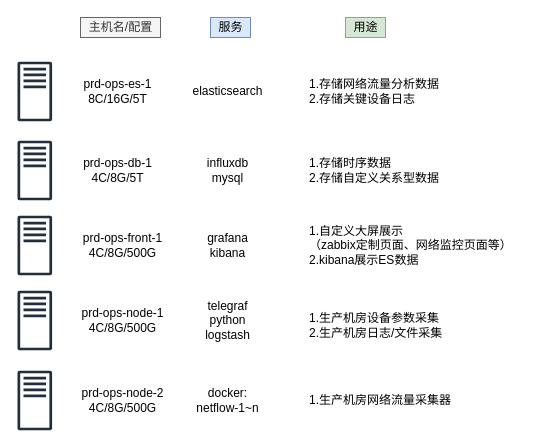
The draw.io diagram NOC.drawio in dreamage/l_public, before the edit. Source tidied: cells renumbered, new cells numbered last; positions are measured from the earlier drawing's top-left corner, leaving out a move shared by most shapes. Both pictures are drawn from the tidied source at 100%, with x=0, y=0 at pixel (17, 17).
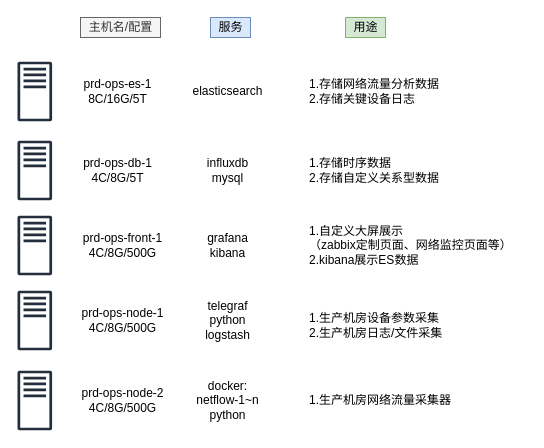
Above is the later version.

What changed in the source:
```diff
@@
-    <mxCell id="17" value="docker:&lt;br&gt;netflow-1~n" style="text;html=1;align=center;verticalAlign=middle;strokeColor=none;fillColor=none;" parent="1" vertex="1">
-      <mxGeometry x="169.6" y="368" width="80" height="30" as="geometry" />
+    <mxCell id="17" value="docker:&lt;br&gt;netflow-1~n&lt;br&gt;python" style="text;html=1;align=center;verticalAlign=middle;strokeColor=none;fillColor=none;" parent="1" vertex="1">
+      <mxGeometry x="173.6" y="360" width="73" height="46" as="geometry" />
     </mxCell>
```
